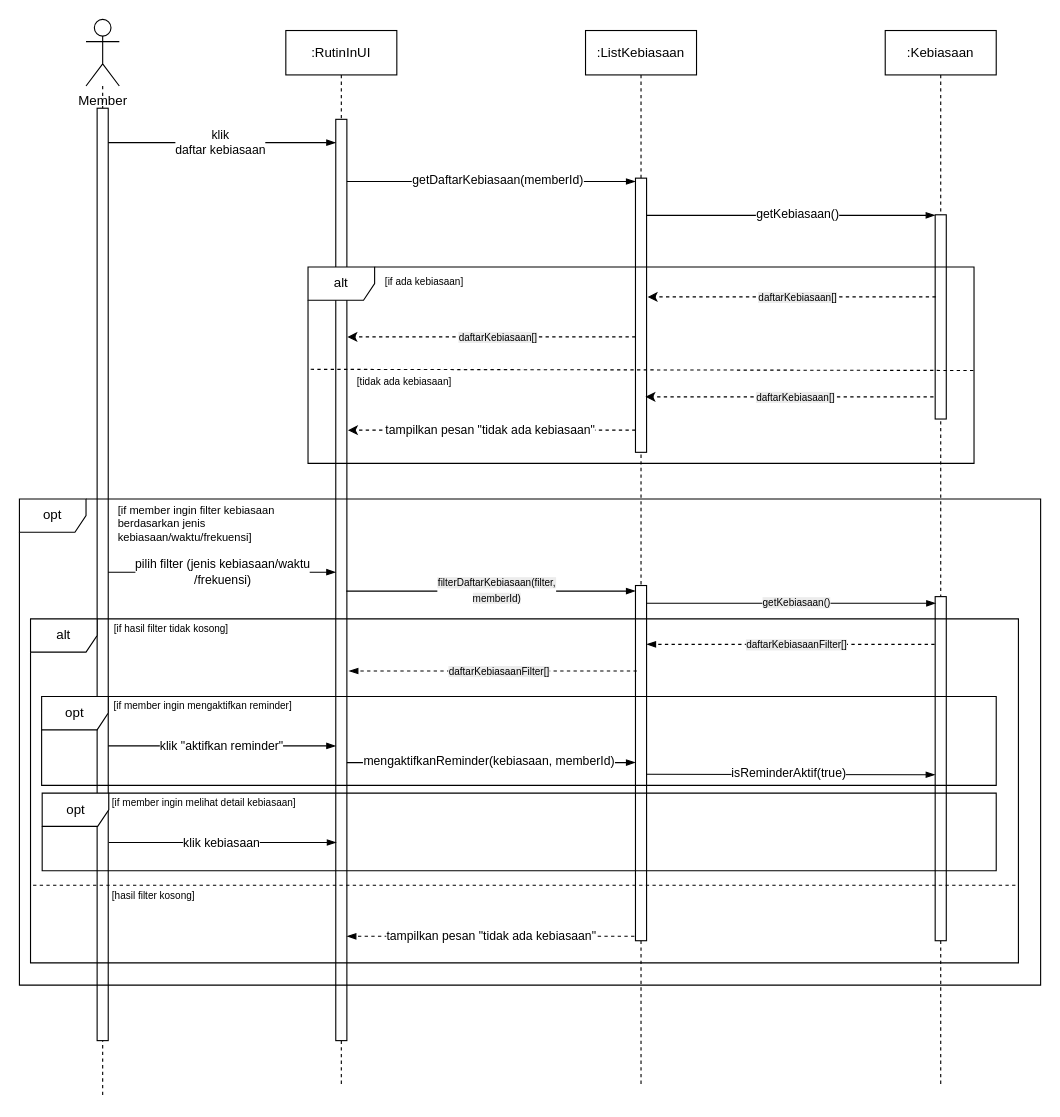
anthef/anthef keeps this draw.io diagram as page "Sequence Diagram" (1 of 2) of Diagram Tanpa Judul.drawio. Above is the earlier version. Source tidied: cells renumbered, new cells numbered last; positions are measured from the earlier drawing's top-left corner, leaving out a move shared by most shapes. Both pictures are drawn from the tidied source at 111%, with x=0, y=0 at pixel (19, 19).
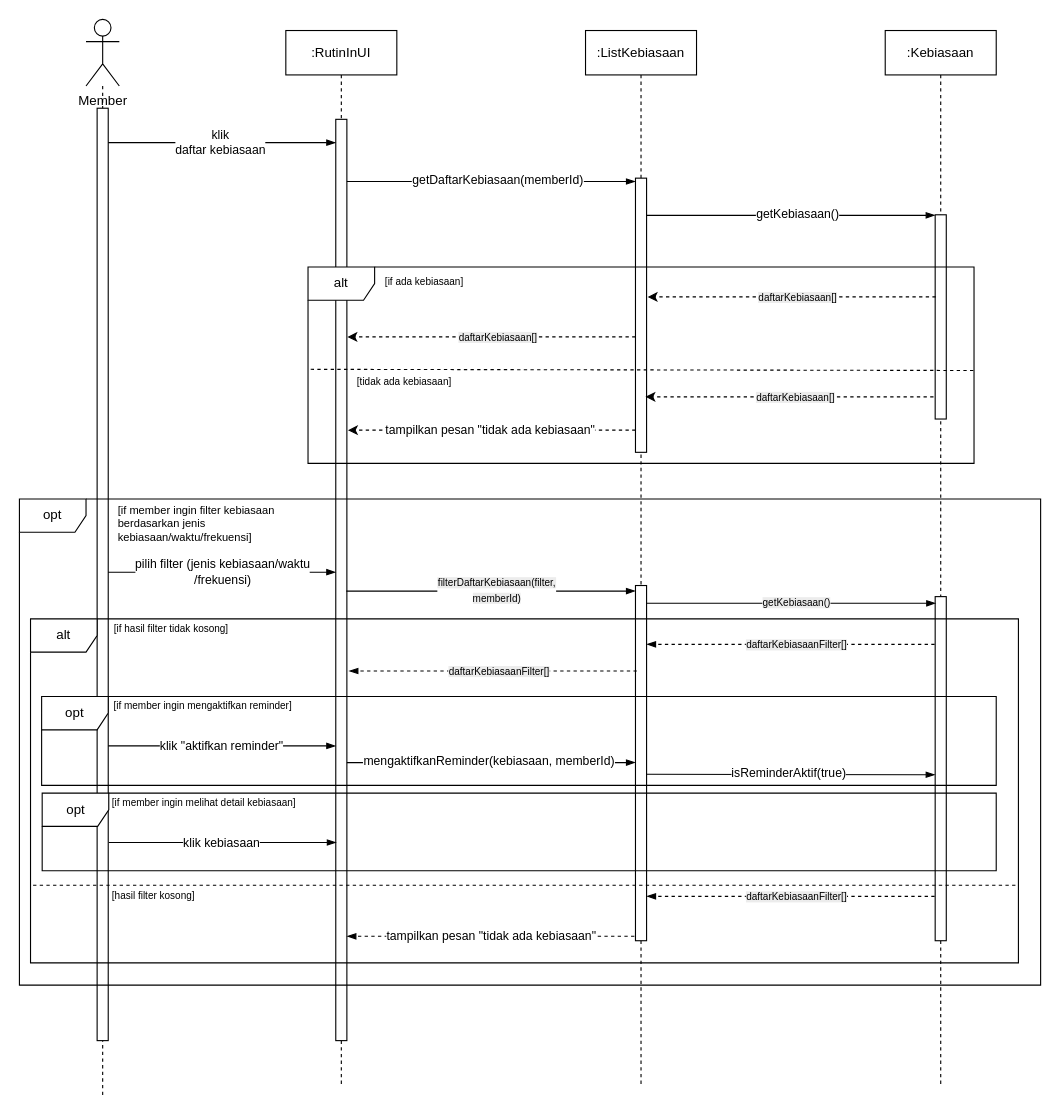
The same diagram, later.

What changed in the source:
```diff
@@
+    <mxCell id="61" style="endArrow=blockThin;startArrow=none;html=1;rounded=0;startFill=0;dashed=1;endFill=1;" parent="1" edge="1">
+      <mxGeometry relative="1" as="geometry">
+        <mxPoint x="824.5" y="790" as="sourcePoint" />
+        <mxPoint x="565" y="790" as="targetPoint" />
+      </mxGeometry>
+    </mxCell>
+    <mxCell id="62" value="&lt;span style=&quot;font-size: 9px; text-wrap-mode: wrap; background-color: rgb(236, 236, 236);&quot;&gt;daftarKebiasaanFilter[]&lt;/span&gt;" style="edgeLabel;html=1;align=center;verticalAlign=middle;" parent="61" vertex="1">
+      <mxGeometry x="-0.34" relative="1" as="geometry">
+        <mxPoint x="-39" y="-1" as="offset" />
+      </mxGeometry>
+    </mxCell>
```
